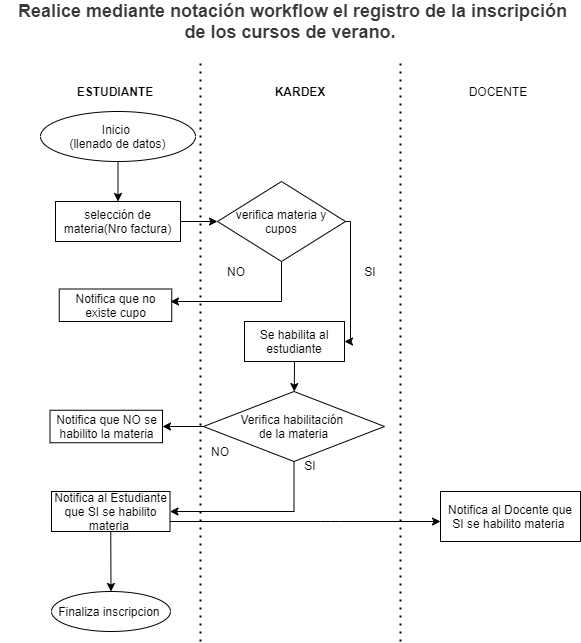
Above: Pregunta1/DiagramaDeProcesos.png in DianaDrz/Examen-parcial-2 (draw.io), before the change. Source tidied: cells renumbered, new cells last; positions are measured from the earlier drawing's top-left corner, leaving out a move shared by most shapes.
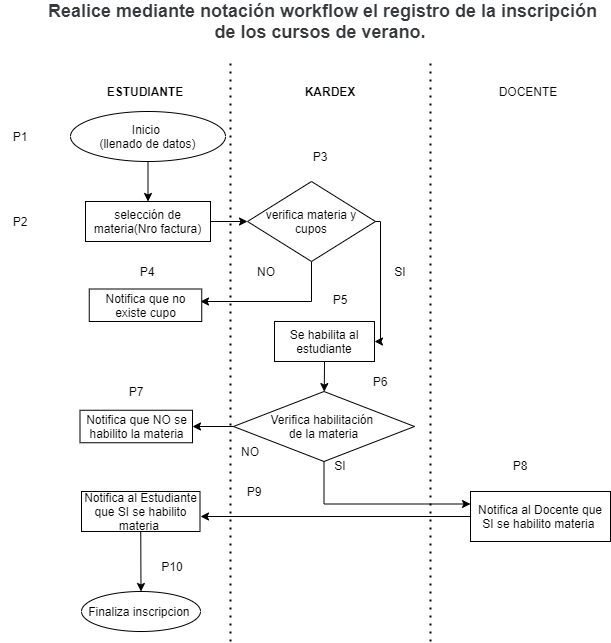
Above is the later version.

Change to the diagram source:
```diff
@@ -43,10 +43,10 @@
     <mxCell id="13" value="SI" style="text;html=1;strokeColor=none;fillColor=none;align=center;verticalAlign=middle;whiteSpace=wrap;rounded=0;" parent="1" vertex="1">
       <mxGeometry x="350" y="260" width="40" height="20" as="geometry" />
     </mxCell>
-    <mxCell id="14" style="edgeStyle=orthogonalEdgeStyle;rounded=0;jettySize=auto;html=1;entryX=1;entryY=0.5;entryDx=0;entryDy=0;" parent="1" edge="1" source="15" target="21">
+    <mxCell id="14" style="edgeStyle=orthogonalEdgeStyle;rounded=0;jettySize=auto;html=1;entryX=0;entryY=0.25;entryDx=0;entryDy=0;" parent="1" edge="1" source="15" target="28">
       <mxGeometry relative="1" as="geometry">
         <Array as="points">
-          <mxPoint x="294" y="510" />
+          <mxPoint x="294" y="503" />
         </Array>
       </mxGeometry>
     </mxCell>
@@ -79,14 +79,6 @@
     <mxCell id="22" value="SI" style="text;html=1;strokeColor=none;fillColor=none;align=center;verticalAlign=middle;whiteSpace=wrap;rounded=0;" parent="1" vertex="1">
       <mxGeometry x="290" y="453.8" width="40" height="20" as="geometry" />
     </mxCell>
-    <mxCell id="23" style="endArrow=classic;html=1;entryX=0;entryY=0.5;entryDx=0;entryDy=0;exitX=1;exitY=0.75;exitDx=0;exitDy=0;" parent="1" edge="1" source="21">
-      <mxGeometry relative="1" as="geometry">
-        <mxPoint x="440" y="520" as="targetPoint" />
-        <Array as="points">
-          <mxPoint x="330" y="520" />
-        </Array>
-      </mxGeometry>
-    </mxCell>
     <mxCell id="24" style="endArrow=classic;html=1;exitX=0.5;exitY=1;exitDx=0;exitDy=0;" parent="1" edge="1" source="21" target="25">
       <mxGeometry relative="1" as="geometry" />
     </mxCell>
@@ -114,5 +106,40 @@
     <mxCell id="30" value="Inicio&amp;nbsp;&lt;br&gt;(llenado de datos)" style="ellipse;whiteSpace=wrap;html=1;" parent="1" vertex="1">
       <mxGeometry x="40" y="110" width="155" height="50" as="geometry" />
     </mxCell>
+    <mxCell id="31" style="endArrow=classic;html=1;exitX=0;exitY=0.5;exitDx=0;exitDy=0;" parent="1" edge="1" source="28">
+      <mxGeometry relative="1" as="geometry">
+        <mxPoint x="170" y="515" as="targetPoint" />
+      </mxGeometry>
+    </mxCell>
+    <mxCell id="32" value="P1" style="text;html=1;strokeColor=none;fillColor=none;align=center;verticalAlign=middle;whiteSpace=wrap;rounded=0;" parent="1" vertex="1">
+      <mxGeometry x="-30" y="125" width="40" height="20" as="geometry" />
+    </mxCell>
+    <mxCell id="33" value="P2" style="text;html=1;strokeColor=none;fillColor=none;align=center;verticalAlign=middle;whiteSpace=wrap;rounded=0;" parent="1" vertex="1">
+      <mxGeometry x="-30" y="210" width="40" height="20" as="geometry" />
+    </mxCell>
+    <mxCell id="34" value="P3" style="text;html=1;strokeColor=none;fillColor=none;align=center;verticalAlign=middle;whiteSpace=wrap;rounded=0;" parent="1" vertex="1">
+      <mxGeometry x="270" y="145" width="40" height="20" as="geometry" />
+    </mxCell>
+    <mxCell id="35" value="P4" style="text;html=1;strokeColor=none;fillColor=none;align=center;verticalAlign=middle;whiteSpace=wrap;rounded=0;" parent="1" vertex="1">
+      <mxGeometry x="96.5" y="260" width="40" height="20" as="geometry" />
+    </mxCell>
+    <mxCell id="36" value="P5" style="text;html=1;strokeColor=none;fillColor=none;align=center;verticalAlign=middle;whiteSpace=wrap;rounded=0;" parent="1" vertex="1">
+      <mxGeometry x="290" y="287.5" width="40" height="20" as="geometry" />
+    </mxCell>
+    <mxCell id="37" value="P6" style="text;html=1;strokeColor=none;fillColor=none;align=center;verticalAlign=middle;whiteSpace=wrap;rounded=0;" parent="1" vertex="1">
+      <mxGeometry x="330" y="370" width="40" height="20" as="geometry" />
+    </mxCell>
+    <mxCell id="38" value="P7" style="text;html=1;strokeColor=none;fillColor=none;align=center;verticalAlign=middle;whiteSpace=wrap;rounded=0;" parent="1" vertex="1">
+      <mxGeometry x="85.8" y="380" width="40" height="20" as="geometry" />
+    </mxCell>
+    <mxCell id="39" value="P9" style="text;html=1;strokeColor=none;fillColor=none;align=center;verticalAlign=middle;whiteSpace=wrap;rounded=0;" parent="1" vertex="1">
+      <mxGeometry x="204" y="480" width="40" height="20" as="geometry" />
+    </mxCell>
+    <mxCell id="40" value="P10" style="text;html=1;strokeColor=none;fillColor=none;align=center;verticalAlign=middle;whiteSpace=wrap;rounded=0;" parent="1" vertex="1">
+      <mxGeometry x="122" y="555" width="40" height="20" as="geometry" />
+    </mxCell>
+    <mxCell id="41" value="P8" style="text;html=1;strokeColor=none;fillColor=none;align=center;verticalAlign=middle;whiteSpace=wrap;rounded=0;" parent="1" vertex="1">
+      <mxGeometry x="470" y="453.8" width="40" height="20" as="geometry" />
+    </mxCell>
   </root>
 </mxGraphModel>
```
